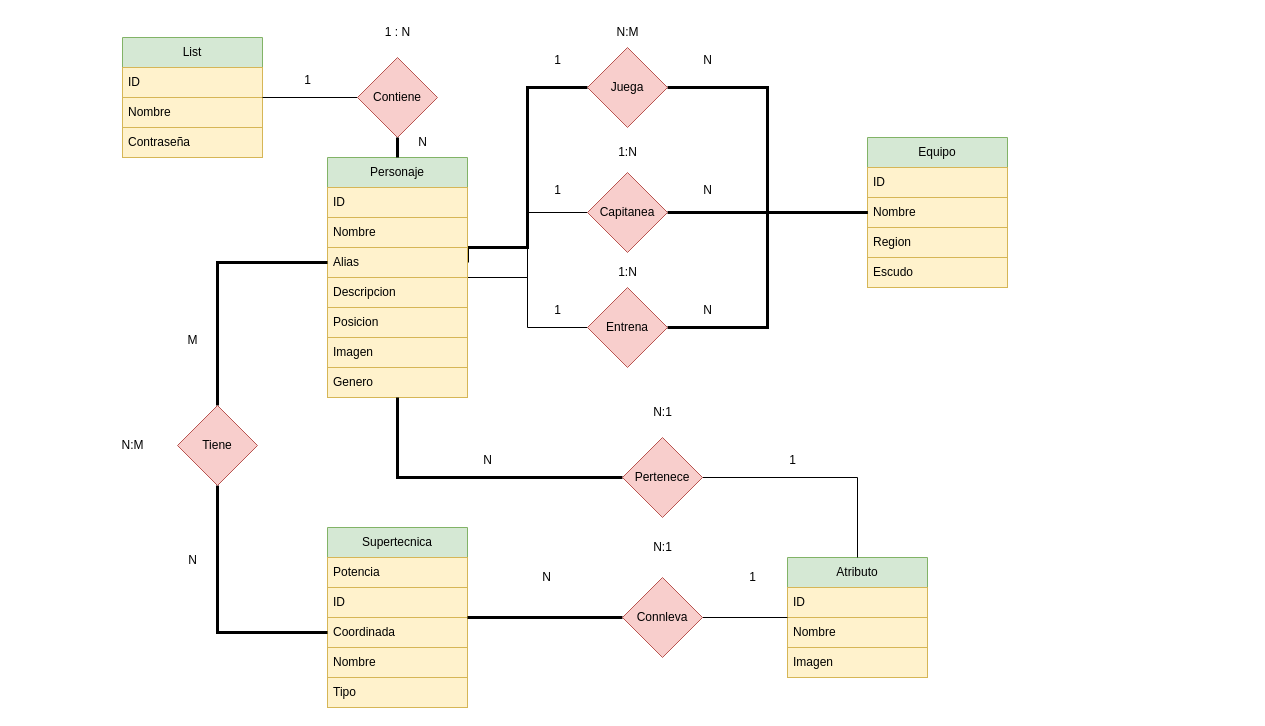
This is Diseño-temporal.drawio from Tortilla20/ProyectoInazuma, a draw.io file, before an edit. Source tidied: cells renumbered, new cells numbered last; positions are measured from the earlier drawing's top-left corner, leaving out a move shared by most shapes. Both pictures are drawn from the tidied source at 100%, with x=0, y=0 at pixel (107, 17).
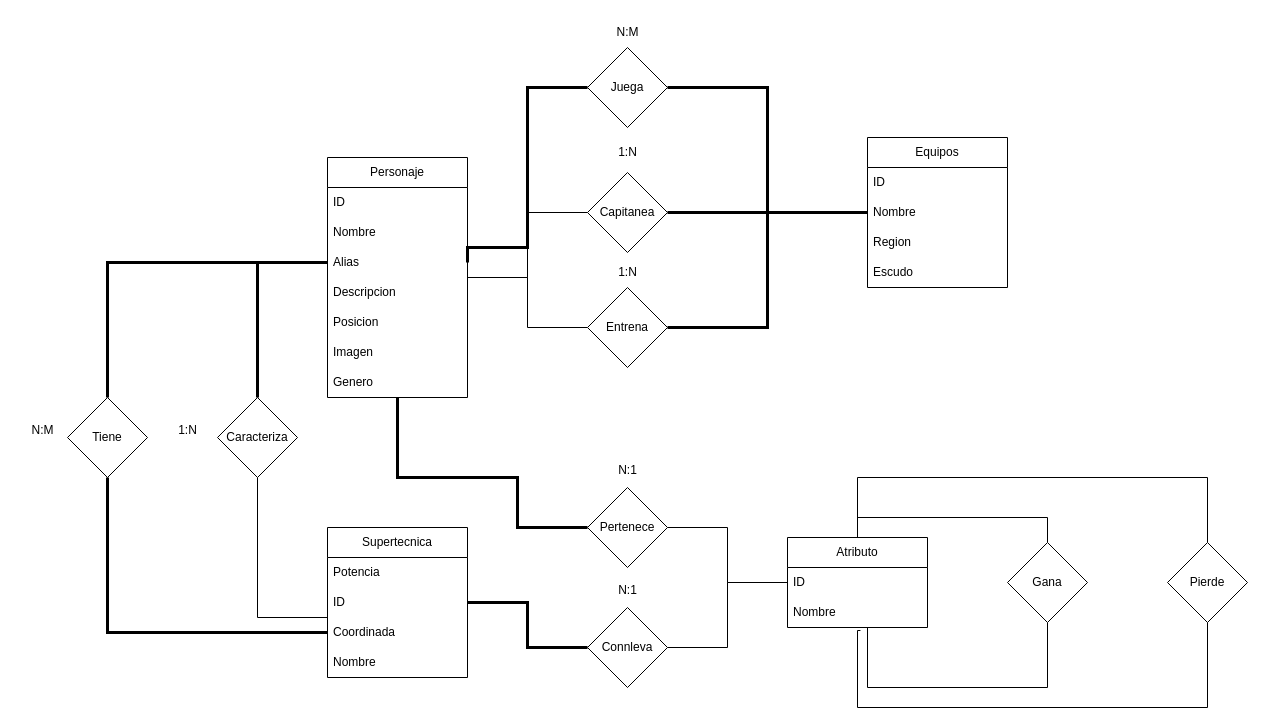
After the change.

The edit, as a diff of the source:
```diff
@@
-    <mxCell id="2" value="Supertecnica" style="swimlane;fontStyle=0;horizontal=1;startSize=30;whiteSpace=wrap;html=1;fillColor=#d5e8d4;strokeColor=#82b366;" parent="1" vertex="1">
-      <mxGeometry x="220" y="510" width="140" height="180" as="geometry" />
+    <mxCell id="2" value="Supertecnica" style="swimlane;fontStyle=0;horizontal=1;startSize=30;whiteSpace=wrap;html=1;" parent="1" vertex="1">
+      <mxGeometry x="220" y="510" width="140" height="150" as="geometry" />
     </mxCell>
-    <mxCell id="3" value="Potencia" style="text;strokeColor=#d6b656;fillColor=#fff2cc;align=left;verticalAlign=middle;spacingLeft=4;spacingRight=4;overflow=hidden;whiteSpace=wrap;html=1;" parent="2" vertex="1">
+    <mxCell id="3" value="Potencia" style="text;strokeColor=none;fillColor=none;align=left;verticalAlign=middle;spacingLeft=4;spacingRight=4;overflow=hidden;whiteSpace=wrap;html=1;" parent="2" vertex="1">
       <mxGeometry y="30" width="140" height="30" as="geometry" />
     </mxCell>
-    <mxCell id="4" value="ID" style="text;strokeColor=#d6b656;fillColor=#fff2cc;align=left;verticalAlign=middle;spacingLeft=4;spacingRight=4;overflow=hidden;whiteSpace=wrap;html=1;" parent="2" vertex="1">
+    <mxCell id="4" value="ID" style="text;strokeColor=none;fillColor=none;align=left;verticalAlign=middle;spacingLeft=4;spacingRight=4;overflow=hidden;whiteSpace=wrap;html=1;" parent="2" vertex="1">
       <mxGeometry y="60" width="140" height="30" as="geometry" />
     </mxCell>
-    <mxCell id="5" value="Coordinada" style="text;strokeColor=#d6b656;fillColor=#fff2cc;align=left;verticalAlign=middle;spacingLeft=4;spacingRight=4;overflow=hidden;points=[[0,0.5],[1,0.5]];portConstraint=eastwest;whiteSpace=wrap;html=1;" parent="2" vertex="1">
+    <mxCell id="5" value="Coordinada" style="text;strokeColor=none;fillColor=none;align=left;verticalAlign=middle;spacingLeft=4;spacingRight=4;overflow=hidden;points=[[0,0.5],[1,0.5]];portConstraint=eastwest;whiteSpace=wrap;html=1;" parent="2" vertex="1">
       <mxGeometry y="90" width="140" height="30" as="geometry" />
     </mxCell>
-    <mxCell id="6" value="Nombre" style="text;strokeColor=#d6b656;fillColor=#fff2cc;align=left;verticalAlign=middle;spacingLeft=4;spacingRight=4;overflow=hidden;whiteSpace=wrap;html=1;" parent="2" vertex="1">
+    <mxCell id="6" value="Nombre" style="text;strokeColor=none;fillColor=none;align=left;verticalAlign=middle;spacingLeft=4;spacingRight=4;overflow=hidden;whiteSpace=wrap;html=1;" parent="2" vertex="1">
       <mxGeometry y="120" width="140" height="30" as="geometry" />
     </mxCell>
-    <mxCell id="7" value="Tipo" style="text;strokeColor=#d6b656;fillColor=#fff2cc;align=left;verticalAlign=middle;spacingLeft=4;spacingRight=4;overflow=hidden;whiteSpace=wrap;html=1;" parent="2" vertex="1">
-      <mxGeometry y="150" width="140" height="30" as="geometry" />
-    </mxCell>
-    <mxCell id="8" value="Equipo" style="swimlane;fontStyle=0;horizontal=1;startSize=30;whiteSpace=wrap;html=1;fillColor=#d5e8d4;strokeColor=#82b366;" parent="1" vertex="1">
+    <mxCell id="8" value="Equipos" style="swimlane;fontStyle=0;horizontal=1;startSize=30;whiteSpace=wrap;html=1;" parent="1" vertex="1">
       <mxGeometry x="760" y="120" width="140" height="150" as="geometry" />
     </mxCell>
-    <mxCell id="9" value="ID" style="text;strokeColor=#d6b656;fillColor=#fff2cc;align=left;verticalAlign=middle;spacingLeft=4;spacingRight=4;overflow=hidden;whiteSpace=wrap;html=1;" parent="8" vertex="1">
+    <mxCell id="9" value="ID" style="text;strokeColor=none;fillColor=none;align=left;verticalAlign=middle;spacingLeft=4;spacingRight=4;overflow=hidden;whiteSpace=wrap;html=1;" parent="8" vertex="1">
       <mxGeometry y="30" width="140" height="30" as="geometry" />
     </mxCell>
-    <mxCell id="10" value="Nombre" style="text;strokeColor=#d6b656;fillColor=#fff2cc;align=left;verticalAlign=middle;spacingLeft=4;spacingRight=4;overflow=hidden;points=[[0,0.5],[1,0.5]];portConstraint=eastwest;whiteSpace=wrap;html=1;" parent="8" vertex="1">
+    <mxCell id="10" value="Nombre" style="text;strokeColor=none;fillColor=none;align=left;verticalAlign=middle;spacingLeft=4;spacingRight=4;overflow=hidden;points=[[0,0.5],[1,0.5]];portConstraint=eastwest;whiteSpace=wrap;html=1;" parent="8" vertex="1">
       <mxGeometry y="60" width="140" height="30" as="geometry" />
     </mxCell>
-    <mxCell id="11" value="Region" style="text;strokeColor=#d6b656;fillColor=#fff2cc;align=left;verticalAlign=middle;spacingLeft=4;spacingRight=4;overflow=hidden;whiteSpace=wrap;html=1;" parent="8" vertex="1">
+    <mxCell id="11" value="Region" style="text;strokeColor=none;fillColor=none;align=left;verticalAlign=middle;spacingLeft=4;spacingRight=4;overflow=hidden;whiteSpace=wrap;html=1;" parent="8" vertex="1">
       <mxGeometry y="90" width="140" height="30" as="geometry" />
     </mxCell>
-    <mxCell id="12" value="Escudo" style="text;strokeColor=#d6b656;fillColor=#fff2cc;align=left;verticalAlign=middle;spacingLeft=4;spacingRight=4;overflow=hidden;whiteSpace=wrap;html=1;" parent="8" vertex="1">
+    <mxCell id="12" value="Escudo" style="text;strokeColor=none;fillColor=none;align=left;verticalAlign=middle;spacingLeft=4;spacingRight=4;overflow=hidden;whiteSpace=wrap;html=1;" parent="8" vertex="1">
       <mxGeometry y="120" width="140" height="30" as="geometry" />
     </mxCell>
+    <mxCell id="71" style="edgeStyle=orthogonalEdgeStyle;rounded=0;jettySize=auto;html=1;entryX=0.5;entryY=1;entryDx=0;entryDy=0;endArrow=none;startFill=0;" parent="1" edge="1" source="13" target="73">
+      <mxGeometry relative="1" as="geometry">
+        <Array as="points">
+          <mxPoint x="760" y="670" />
+          <mxPoint x="940" y="670" />
+        </Array>
+      </mxGeometry>
+    </mxCell>
-    <mxCell id="13" value="Atributo" style="swimlane;fontStyle=0;horizontal=1;startSize=30;whiteSpace=wrap;html=1;fillColor=#d5e8d4;strokeColor=#82b366;" parent="1" vertex="1">
-      <mxGeometry x="680" y="540" width="140" height="120" as="geometry" />
+    <mxCell id="13" value="Atributo" style="swimlane;fontStyle=0;horizontal=1;startSize=30;whiteSpace=wrap;html=1;" parent="1" vertex="1">
+      <mxGeometry x="680" y="520" width="140" height="90" as="geometry" />
     </mxCell>
-    <mxCell id="14" value="ID" style="text;strokeColor=#d6b656;fillColor=#fff2cc;align=left;verticalAlign=middle;spacingLeft=4;spacingRight=4;overflow=hidden;whiteSpace=wrap;html=1;" parent="13" vertex="1">
+    <mxCell id="14" value="ID" style="text;strokeColor=none;fillColor=none;align=left;verticalAlign=middle;spacingLeft=4;spacingRight=4;overflow=hidden;whiteSpace=wrap;html=1;" parent="13" vertex="1">
       <mxGeometry y="30" width="140" height="30" as="geometry" />
     </mxCell>
-    <mxCell id="15" value="Nombre" style="text;strokeColor=#d6b656;fillColor=#fff2cc;align=left;verticalAlign=middle;spacingLeft=4;spacingRight=4;overflow=hidden;points=[[0,0.5],[1,0.5]];portConstraint=eastwest;whiteSpace=wrap;html=1;" parent="13" vertex="1">
+    <mxCell id="15" value="Nombre" style="text;strokeColor=none;fillColor=none;align=left;verticalAlign=middle;spacingLeft=4;spacingRight=4;overflow=hidden;points=[[0,0.5],[1,0.5]];portConstraint=eastwest;whiteSpace=wrap;html=1;" parent="13" vertex="1">
       <mxGeometry y="60" width="140" height="30" as="geometry" />
     </mxCell>
-    <mxCell id="16" value="Imagen" style="text;strokeColor=#d6b656;fillColor=#fff2cc;align=left;verticalAlign=middle;spacingLeft=4;spacingRight=4;overflow=hidden;whiteSpace=wrap;html=1;" parent="13" vertex="1">
-      <mxGeometry y="90" width="140" height="30" as="geometry" />
-    </mxCell>
@@
-    <mxCell id="19" value="Juega" style="rhombus;whiteSpace=wrap;html=1;fillColor=#f8cecc;strokeColor=#b85450;" parent="1" vertex="1">
+    <mxCell id="19" value="Juega" style="rhombus;whiteSpace=wrap;html=1;" parent="1" vertex="1">
       <mxGeometry x="480" y="30" width="80" height="80" as="geometry" />
     </mxCell>
@@
-    <mxCell id="22" value="Capitanea" style="rhombus;whiteSpace=wrap;html=1;fillColor=#f8cecc;strokeColor=#b85450;" parent="1" vertex="1">
+    <mxCell id="22" value="Capitanea" style="rhombus;whiteSpace=wrap;html=1;" parent="1" vertex="1">
       <mxGeometry x="480" y="155" width="80" height="80" as="geometry" />
     </mxCell>
@@
-    <mxCell id="25" value="Entrena" style="rhombus;whiteSpace=wrap;html=1;fillColor=#f8cecc;strokeColor=#b85450;" parent="1" vertex="1">
+    <mxCell id="25" value="Entrena" style="rhombus;whiteSpace=wrap;html=1;" parent="1" vertex="1">
       <mxGeometry x="480" y="270" width="80" height="80" as="geometry" />
     </mxCell>
@@
+    <mxCell id="72" style="edgeStyle=orthogonalEdgeStyle;rounded=0;jettySize=auto;html=1;entryX=0.5;entryY=0;entryDx=0;entryDy=0;endArrow=none;startFill=0;" parent="1" edge="1" source="73" target="13">
+      <mxGeometry relative="1" as="geometry">
+        <Array as="points">
+          <mxPoint x="940" y="500" />
+          <mxPoint x="750" y="500" />
+        </Array>
+      </mxGeometry>
+    </mxCell>
+    <mxCell id="73" value="Gana" style="rhombus;whiteSpace=wrap;html=1;" parent="1" vertex="1">
+      <mxGeometry x="900" y="525" width="80" height="80" as="geometry" />
+    </mxCell>
+    <mxCell id="74" style="edgeStyle=orthogonalEdgeStyle;rounded=0;jettySize=auto;html=1;exitX=0.5;exitY=0;exitDx=0;exitDy=0;entryX=0.5;entryY=0;entryDx=0;entryDy=0;endArrow=none;startFill=0;" parent="1" edge="1" source="75" target="13">
+      <mxGeometry relative="1" as="geometry">
+        <Array as="points">
+          <mxPoint x="1100" y="460" />
+          <mxPoint x="750" y="460" />
+        </Array>
+      </mxGeometry>
+    </mxCell>
+    <mxCell id="75" value="Pierde" style="rhombus;whiteSpace=wrap;html=1;" parent="1" vertex="1">
+      <mxGeometry x="1060" y="525" width="80" height="80" as="geometry" />
+    </mxCell>
+    <mxCell id="76" style="edgeStyle=orthogonalEdgeStyle;rounded=0;jettySize=auto;html=1;entryX=0.521;entryY=1.1;entryDx=0;entryDy=0;entryPerimeter=0;endArrow=none;startFill=0;startArrow=none;" parent="1" edge="1" source="75" target="15">
+      <mxGeometry relative="1" as="geometry">
+        <Array as="points">
+          <mxPoint x="1100" y="690" />
+          <mxPoint x="750" y="690" />
+          <mxPoint x="750" y="613" />
+        </Array>
+      </mxGeometry>
+    </mxCell>
-    <mxCell id="27" value="Personaje" style="swimlane;fontStyle=0;horizontal=1;startSize=30;whiteSpace=wrap;html=1;fillColor=#d5e8d4;strokeColor=#82b366;" parent="1" vertex="1">
+    <mxCell id="27" value="Personaje" style="swimlane;fontStyle=0;horizontal=1;startSize=30;whiteSpace=wrap;html=1;" parent="1" vertex="1">
       <mxGeometry x="220" y="140" width="140" height="240" as="geometry" />
     </mxCell>
-    <mxCell id="28" value="ID" style="text;strokeColor=#d6b656;fillColor=#fff2cc;align=left;verticalAlign=middle;spacingLeft=4;spacingRight=4;overflow=hidden;whiteSpace=wrap;html=1;" parent="27" vertex="1">
+    <mxCell id="28" value="ID" style="text;strokeColor=none;fillColor=none;align=left;verticalAlign=middle;spacingLeft=4;spacingRight=4;overflow=hidden;whiteSpace=wrap;html=1;" parent="27" vertex="1">
       <mxGeometry y="30" width="140" height="30" as="geometry" />
     </mxCell>
-    <mxCell id="29" value="Nombre" style="text;strokeColor=#d6b656;fillColor=#fff2cc;align=left;verticalAlign=middle;spacingLeft=4;spacingRight=4;overflow=hidden;whiteSpace=wrap;html=1;" parent="27" vertex="1">
+    <mxCell id="29" value="Nombre" style="text;strokeColor=none;fillColor=none;align=left;verticalAlign=middle;spacingLeft=4;spacingRight=4;overflow=hidden;whiteSpace=wrap;html=1;" parent="27" vertex="1">
       <mxGeometry y="60" width="140" height="30" as="geometry" />
     </mxCell>
-    <mxCell id="30" value="Alias" style="text;strokeColor=#d6b656;fillColor=#fff2cc;align=left;verticalAlign=middle;spacingLeft=4;spacingRight=4;overflow=hidden;points=[[0,0.5],[1,0.5]];portConstraint=eastwest;whiteSpace=wrap;html=1;" parent="27" vertex="1">
+    <mxCell id="30" value="Alias" style="text;strokeColor=none;fillColor=none;align=left;verticalAlign=middle;spacingLeft=4;spacingRight=4;overflow=hidden;points=[[0,0.5],[1,0.5]];portConstraint=eastwest;whiteSpace=wrap;html=1;" parent="27" vertex="1">
       <mxGeometry y="90" width="140" height="30" as="geometry" />
     </mxCell>
-    <mxCell id="31" value="Descripcion" style="text;strokeColor=#d6b656;fillColor=#fff2cc;align=left;verticalAlign=middle;spacingLeft=4;spacingRight=4;overflow=hidden;whiteSpace=wrap;html=1;" parent="27" vertex="1">
+    <mxCell id="31" value="Descripcion" style="text;strokeColor=none;fillColor=none;align=left;verticalAlign=middle;spacingLeft=4;spacingRight=4;overflow=hidden;whiteSpace=wrap;html=1;" parent="27" vertex="1">
       <mxGeometry y="120" width="140" height="30" as="geometry" />
     </mxCell>
-    <mxCell id="32" value="Posicion" style="text;strokeColor=#d6b656;fillColor=#fff2cc;align=left;verticalAlign=middle;spacingLeft=4;spacingRight=4;overflow=hidden;whiteSpace=wrap;html=1;" parent="27" vertex="1">
+    <mxCell id="32" value="Posicion" style="text;strokeColor=none;fillColor=none;align=left;verticalAlign=middle;spacingLeft=4;spacingRight=4;overflow=hidden;whiteSpace=wrap;html=1;" parent="27" vertex="1">
       <mxGeometry y="150" width="140" height="30" as="geometry" />
     </mxCell>
-    <mxCell id="33" value="Imagen" style="text;strokeColor=#d6b656;fillColor=#fff2cc;align=left;verticalAlign=middle;spacingLeft=4;spacingRight=4;overflow=hidden;whiteSpace=wrap;html=1;" parent="27" vertex="1">
+    <mxCell id="33" value="Imagen" style="text;strokeColor=none;fillColor=none;align=left;verticalAlign=middle;spacingLeft=4;spacingRight=4;overflow=hidden;whiteSpace=wrap;html=1;" parent="27" vertex="1">
       <mxGeometry y="180" width="140" height="30" as="geometry" />
     </mxCell>
-    <mxCell id="34" value="Genero" style="text;strokeColor=#d6b656;fillColor=#fff2cc;align=left;verticalAlign=middle;spacingLeft=4;spacingRight=4;overflow=hidden;whiteSpace=wrap;html=1;" parent="27" vertex="1">
+    <mxCell id="34" value="Genero" style="text;strokeColor=none;fillColor=none;align=left;verticalAlign=middle;spacingLeft=4;spacingRight=4;overflow=hidden;whiteSpace=wrap;html=1;" parent="27" vertex="1">
       <mxGeometry y="210" width="140" height="30" as="geometry" />
     </mxCell>
+    <mxCell id="77" style="edgeStyle=orthogonalEdgeStyle;rounded=0;jettySize=auto;html=1;endArrow=none;startFill=0;" parent="1" edge="1" source="78" target="5">
+      <mxGeometry relative="1" as="geometry">
+        <Array as="points">
+          <mxPoint x="150" y="600" />
+        </Array>
+      </mxGeometry>
+    </mxCell>
+    <mxCell id="78" value="Caracteriza" style="rhombus;whiteSpace=wrap;html=1;" parent="1" vertex="1">
+      <mxGeometry x="110" y="380" width="80" height="80" as="geometry" />
+    </mxCell>
@@
+    <mxCell id="79" style="edgeStyle=orthogonalEdgeStyle;rounded=0;jettySize=auto;html=1;endArrow=none;startFill=0;strokeWidth=3;" parent="1" edge="1" source="30" target="78">
+      <mxGeometry relative="1" as="geometry" />
+    </mxCell>
+    <mxCell id="80" value="1:N" style="text;html=1;align=center;verticalAlign=middle;strokeColor=none;fillColor=none;" parent="1" vertex="1">
+      <mxGeometry x="60" y="398" width="40" height="30" as="geometry" />
+    </mxCell>
     <mxCell id="37" style="edgeStyle=orthogonalEdgeStyle;rounded=0;jettySize=auto;html=1;endArrow=none;startFill=0;strokeWidth=3;" parent="1" edge="1" source="39" target="27">
       <mxGeometry relative="1" as="geometry">
         <Array as="points">
+          <mxPoint x="410" y="510" />
+          <mxPoint x="410" y="460" />
           <mxPoint x="290" y="460" />
         </Array>
       </mxGeometry>
     </mxCell>
@@
-    <mxCell id="39" value="Pertenece" style="rhombus;whiteSpace=wrap;html=1;fillColor=#f8cecc;strokeColor=#b85450;" parent="1" vertex="1">
-      <mxGeometry x="515" y="420" width="80" height="80" as="geometry" />
+    <mxCell id="39" value="Pertenece" style="rhombus;whiteSpace=wrap;html=1;" parent="1" vertex="1">
+      <mxGeometry x="480" y="470" width="80" height="80" as="geometry" />
     </mxCell>
@@
-    <mxCell id="42" value="Connleva" style="rhombus;whiteSpace=wrap;html=1;fillColor=#f8cecc;strokeColor=#b85450;" parent="1" vertex="1">
-      <mxGeometry x="515" y="560" width="80" height="80" as="geometry" />
+    <mxCell id="42" value="Connleva" style="rhombus;whiteSpace=wrap;html=1;" parent="1" vertex="1">
+      <mxGeometry x="480" y="590" width="80" height="80" as="geometry" />
     </mxCell>
     <mxCell id="43" value="N:1" style="text;html=1;align=center;verticalAlign=middle;strokeColor=none;fillColor=none;" parent="1" vertex="1">
-      <mxGeometry x="535" y="515" width="40" height="30" as="geometry" />
+      <mxGeometry x="500" y="558" width="40" height="30" as="geometry" />
     </mxCell>
     <mxCell id="44" value="N:1" style="text;html=1;align=center;verticalAlign=middle;strokeColor=none;fillColor=none;" parent="1" vertex="1">
-      <mxGeometry x="535" y="380" width="40" height="30" as="geometry" />
+      <mxGeometry x="500" y="438" width="40" height="30" as="geometry" />
     </mxCell>
@@
-    <mxCell id="47" value="Tiene" style="rhombus;whiteSpace=wrap;html=1;fillColor=#f8cecc;strokeColor=#b85450;" parent="1" vertex="1">
-      <mxGeometry x="70" y="388" width="80" height="80" as="geometry" />
+    <mxCell id="47" value="Tiene" style="rhombus;whiteSpace=wrap;html=1;" parent="1" vertex="1">
+      <mxGeometry x="-40" y="380" width="80" height="80" as="geometry" />
     </mxCell>
     <mxCell id="48" value="N:M" style="text;html=1;align=center;verticalAlign=middle;strokeColor=none;fillColor=none;" parent="1" vertex="1">
-      <mxGeometry y="413" width="50" height="30" as="geometry" />
+      <mxGeometry x="-90" y="398" width="50" height="30" as="geometry" />
     </mxCell>
-    <mxCell id="49" value="1" style="text;html=1;align=center;verticalAlign=middle;strokeColor=none;fillColor=none;" parent="1" vertex="1">
-      <mxGeometry x="670" y="428" width="30" height="30" as="geometry" />
-    </mxCell>
-    <mxCell id="50" value="N" style="text;html=1;align=center;verticalAlign=middle;strokeColor=none;fillColor=none;" parent="1" vertex="1">
-      <mxGeometry x="365" y="428" width="30" height="30" as="geometry" />
-    </mxCell>
-    <mxCell id="51" value="1" style="text;html=1;align=center;verticalAlign=middle;strokeColor=none;fillColor=none;" parent="1" vertex="1">
-      <mxGeometry x="630" y="545" width="30" height="30" as="geometry" />
-    </mxCell>
-    <mxCell id="52" value="N" style="text;html=1;align=center;verticalAlign=middle;strokeColor=none;fillColor=none;" parent="1" vertex="1">
-      <mxGeometry x="423.5" y="545" width="30" height="30" as="geometry" />
-    </mxCell>
-    <mxCell id="53" value="M" style="text;html=1;align=center;verticalAlign=middle;strokeColor=none;fillColor=none;" parent="1" vertex="1">
-      <mxGeometry x="70" y="308" width="30" height="30" as="geometry" />
-    </mxCell>
-    <mxCell id="54" value="N" style="text;html=1;align=center;verticalAlign=middle;strokeColor=none;fillColor=none;" parent="1" vertex="1">
-      <mxGeometry x="70" y="528" width="30" height="30" as="geometry" />
-    </mxCell>
-    <mxCell id="55" value="N" style="text;html=1;align=center;verticalAlign=middle;strokeColor=none;fillColor=none;" parent="1" vertex="1">
-      <mxGeometry x="585" y="278" width="30" height="30" as="geometry" />
-    </mxCell>
-    <mxCell id="56" value="1" style="text;html=1;align=center;verticalAlign=middle;strokeColor=none;fillColor=none;" parent="1" vertex="1">
-      <mxGeometry x="435" y="278" width="30" height="30" as="geometry" />
-    </mxCell>
-    <mxCell id="57" value="1" style="text;html=1;align=center;verticalAlign=middle;strokeColor=none;fillColor=none;" parent="1" vertex="1">
-      <mxGeometry x="435" y="158" width="30" height="30" as="geometry" />
-    </mxCell>
-    <mxCell id="58" value="N" style="text;html=1;align=center;verticalAlign=middle;strokeColor=none;fillColor=none;" parent="1" vertex="1">
-      <mxGeometry x="585" y="158" width="30" height="30" as="geometry" />
-    </mxCell>
-    <mxCell id="59" value="N" style="text;html=1;align=center;verticalAlign=middle;strokeColor=none;fillColor=none;" parent="1" vertex="1">
-      <mxGeometry x="585" y="28" width="30" height="30" as="geometry" />
-    </mxCell>
-    <mxCell id="60" value="1" style="text;html=1;align=center;verticalAlign=middle;strokeColor=none;fillColor=none;" parent="1" vertex="1">
-      <mxGeometry x="435" y="28" width="30" height="30" as="geometry" />
-    </mxCell>
-    <mxCell id="61" value="List" style="swimlane;fontStyle=0;horizontal=1;startSize=30;whiteSpace=wrap;html=1;fillColor=#d5e8d4;strokeColor=#82b366;" parent="1" vertex="1">
-      <mxGeometry x="15" y="20" width="140" height="120" as="geometry" />
-    </mxCell>
-    <mxCell id="62" value="ID" style="text;strokeColor=#d6b656;fillColor=#fff2cc;align=left;verticalAlign=middle;spacingLeft=4;spacingRight=4;overflow=hidden;whiteSpace=wrap;html=1;" parent="61" vertex="1">
-      <mxGeometry y="30" width="140" height="30" as="geometry" />
-    </mxCell>
-    <mxCell id="63" value="Nombre" style="text;strokeColor=#d6b656;fillColor=#fff2cc;align=left;verticalAlign=middle;spacingLeft=4;spacingRight=4;overflow=hidden;whiteSpace=wrap;html=1;" parent="61" vertex="1">
-      <mxGeometry y="60" width="140" height="30" as="geometry" />
-    </mxCell>
-    <mxCell id="64" value="Contraseña" style="text;strokeColor=#d6b656;fillColor=#fff2cc;align=left;verticalAlign=middle;spacingLeft=4;spacingRight=4;overflow=hidden;whiteSpace=wrap;html=1;" parent="61" vertex="1">
-      <mxGeometry y="90" width="140" height="30" as="geometry" />
-    </mxCell>
-    <mxCell id="65" style="edgeStyle=orthogonalEdgeStyle;rounded=0;jettySize=auto;html=1;entryX=1;entryY=0.5;entryDx=0;entryDy=0;endArrow=none;startFill=0;" parent="1" edge="1" source="66" target="61">
-      <mxGeometry relative="1" as="geometry" />
-    </mxCell>
-    <mxCell id="66" value="Contiene" style="rhombus;whiteSpace=wrap;html=1;fillColor=#f8cecc;strokeColor=#b85450;" parent="1" vertex="1">
-      <mxGeometry x="250" y="40" width="80" height="80" as="geometry" />
-    </mxCell>
-    <mxCell id="67" style="edgeStyle=orthogonalEdgeStyle;rounded=0;jettySize=auto;html=1;exitX=0.5;exitY=1;exitDx=0;exitDy=0;endArrow=none;startFill=0;strokeWidth=3;" parent="1" edge="1" source="66" target="27">
-      <mxGeometry relative="1" as="geometry" />
-    </mxCell>
-    <mxCell id="68" value="1 : N" style="text;html=1;align=center;verticalAlign=middle;strokeColor=none;fillColor=none;" parent="1" vertex="1">
-      <mxGeometry x="265" width="50" height="30" as="geometry" />
-    </mxCell>
-    <mxCell id="69" value="1" style="text;html=1;align=center;verticalAlign=middle;strokeColor=none;fillColor=none;" parent="1" vertex="1">
-      <mxGeometry x="185" y="48" width="30" height="30" as="geometry" />
-    </mxCell>
-    <mxCell id="70" value="N" style="text;html=1;align=center;verticalAlign=middle;strokeColor=none;fillColor=none;" parent="1" vertex="1">
-      <mxGeometry x="300" y="110" width="30" height="30" as="geometry" />
-    </mxCell>
```
